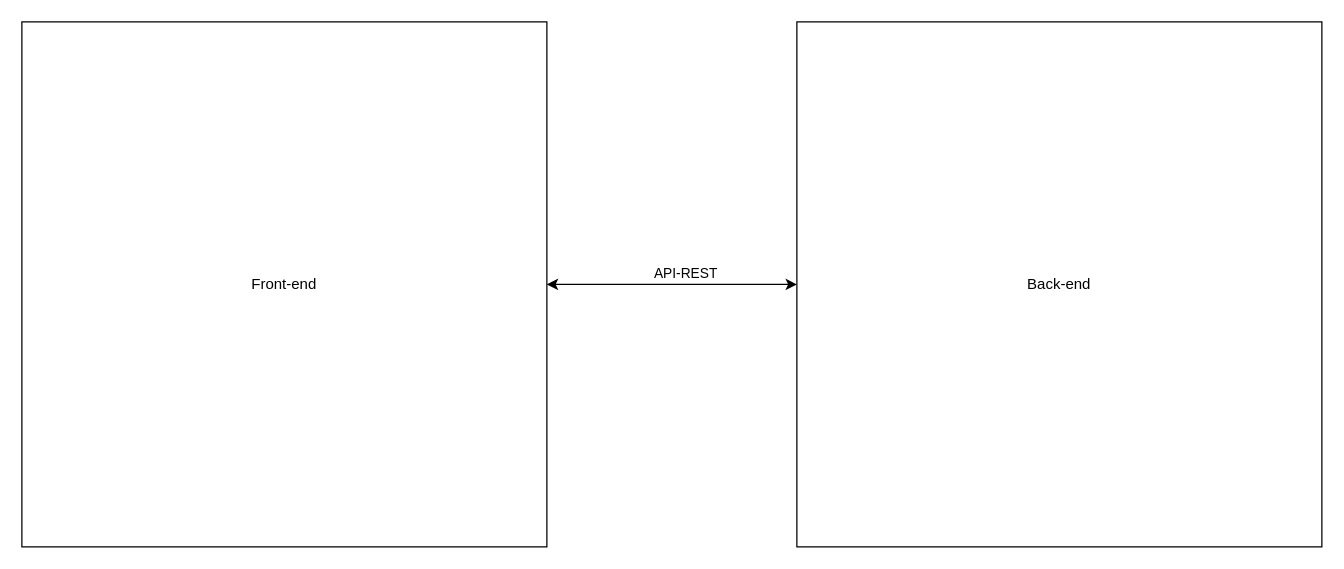
Earlier version of the draw.io diagram agenda_virtual.drawio (emkrougdevops/Diagramas). Source tidied: cells renumbered, new cells numbered last; positions are measured from the earlier drawing's top-left corner, leaving out a move shared by most shapes. Both pictures are drawn from the tidied source at 125%, with x=0, y=0 at pixel (21, 21).
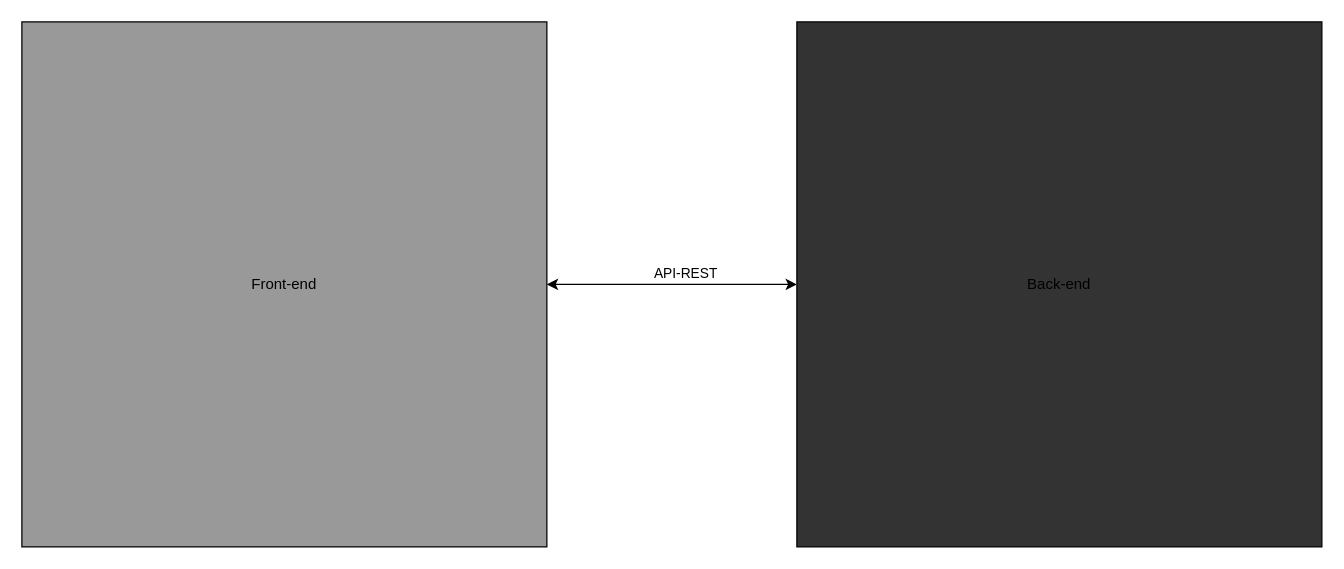
After the change.

Diff of the diagram source:
```diff
@@
 <mxGraphModel>
   <root>
     <mxCell id="0" />
     <mxCell id="1" parent="0" />
     <mxCell id="2" style="rounded=0;jettySize=auto;html=1;entryX=0;entryY=0.5;entryDx=0;entryDy=0;startArrow=classic;startFill=1;" parent="1" edge="1" source="4" target="5">
       <mxGeometry relative="1" as="geometry" />
     </mxCell>
     <mxCell id="3" value="&lt;div&gt;API-REST&lt;/div&gt;" style="edgeLabel;html=1;align=center;verticalAlign=middle;" parent="2" vertex="1">
       <mxGeometry x="0.15" y="-3" relative="1" as="geometry">
         <mxPoint x="-5" y="-13" as="offset" />
       </mxGeometry>
     </mxCell>
-    <mxCell id="4" value="Front-end" style="whiteSpace=wrap;html=1;" parent="1" vertex="1">
+    <mxCell id="4" value="Front-end" style="whiteSpace=wrap;html=1;fillColor=#999999;" parent="1" vertex="1">
       <mxGeometry width="420" height="420" as="geometry" />
     </mxCell>
-    <mxCell id="5" value="Back-end" style="whiteSpace=wrap;html=1;" parent="1" vertex="1">
+    <mxCell id="5" value="Back-end" style="whiteSpace=wrap;html=1;fillColor=#333333;" parent="1" vertex="1">
       <mxGeometry x="620" width="420" height="420" as="geometry" />
     </mxCell>
   </root>
 </mxGraphModel>
```
